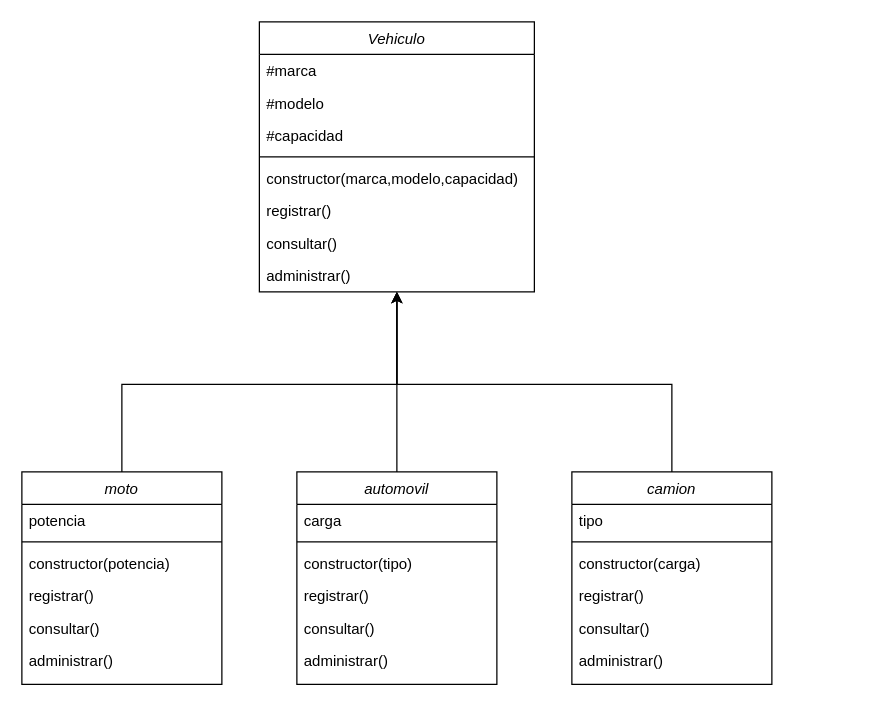
This is 09-Ejercicio-(Encapsulamiento)-Taller/Clase_Taller.drawio from JoseIOrtega/Backend, a draw.io file, before an edit. Source tidied: cells renumbered, new cells numbered last; positions are measured from the earlier drawing's top-left corner, leaving out a move shared by most shapes. Both pictures are drawn from the tidied source at 125%, with x=0, y=0 at pixel (21, 21).
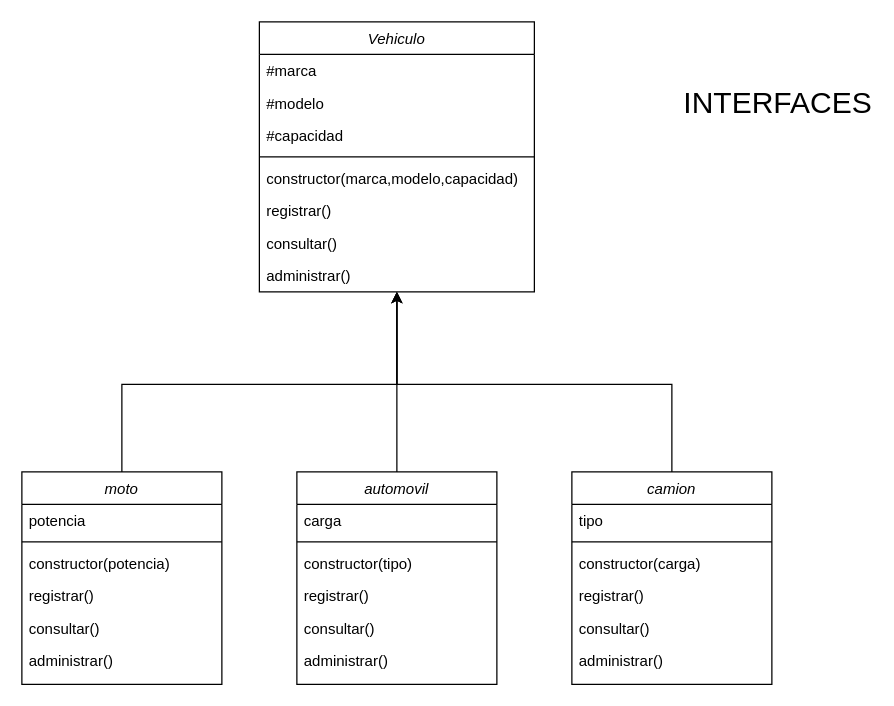
The same diagram, later.

What changed in the source:
```diff
@@
+    <mxCell id="35" value="&lt;font style=&quot;font-size: 24px;&quot;&gt;INTERFACES&lt;/font&gt;" style="text;html=1;align=center;verticalAlign=middle;whiteSpace=wrap;rounded=0;" parent="1" vertex="1">
+      <mxGeometry x="550" y="50" width="110" height="30" as="geometry" />
+    </mxCell>
```
